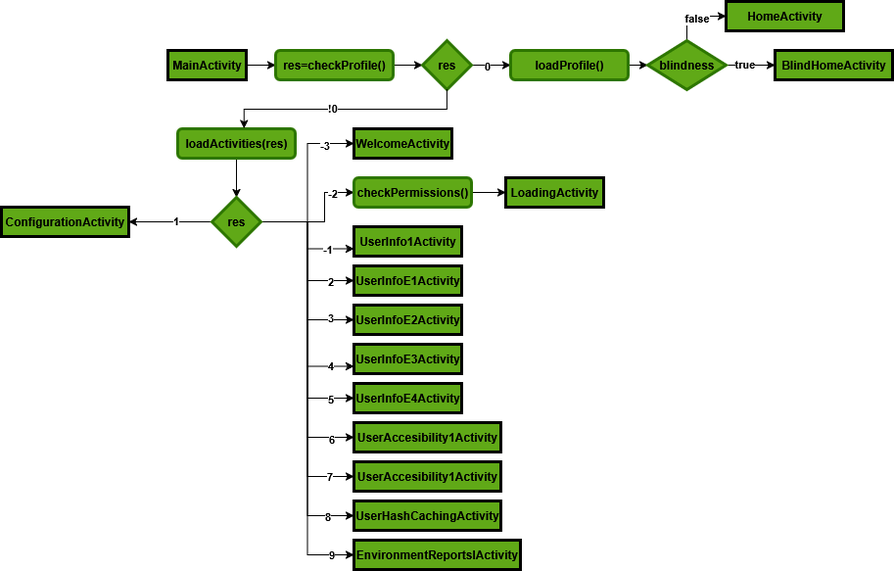
This is ui_design/usecase_diagram/main.png from Edward326/PersonalProjects, a draw.io export, as it was before one commit. Source tidied: cells renumbered, new cells last; positions are measured from the earlier drawing's top-left corner, leaving out a move shared by most shapes.
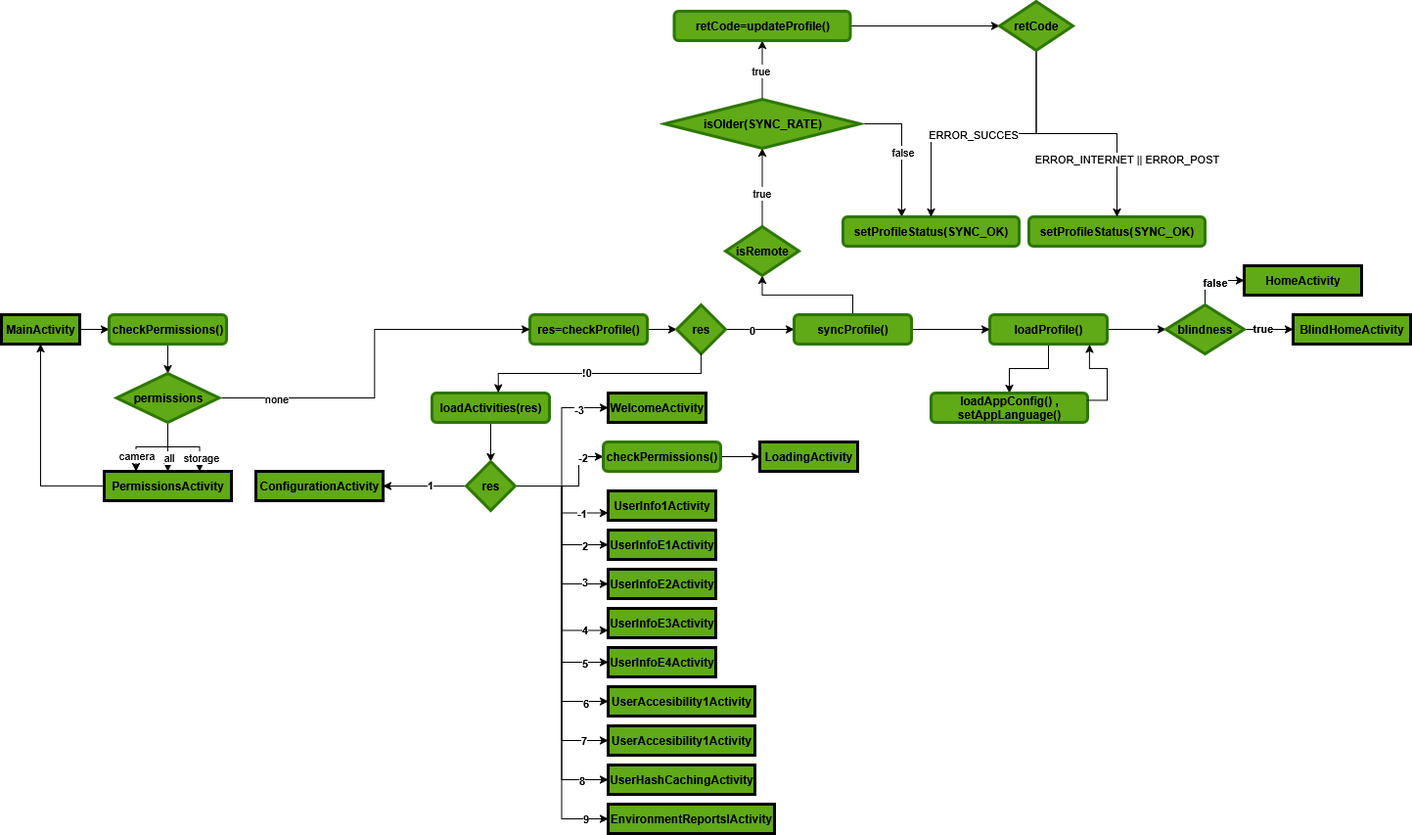
The same diagram one commit later.

The edit, as a diff of the source:
```diff
@@ -2,11 +2,11 @@
   <root>
     <mxCell id="0" />
     <mxCell id="1" parent="0" />
-    <mxCell id="2" style="edgeStyle=orthogonalEdgeStyle;rounded=0;jettySize=auto;html=1;exitX=1;exitY=0.5;exitDx=0;exitDy=0;entryX=0;entryY=0.5;entryDx=0;entryDy=0;fontStyle=1;fontColor=light-dark(#000000,#FFFFFF);" parent="1" edge="1" source="3" target="5">
-      <mxGeometry relative="1" as="geometry" />
-    </mxCell>
+    <mxCell id="62" style="edgeStyle=orthogonalEdgeStyle;rounded=0;jettySize=auto;html=1;" parent="1" edge="1" source="3" target="69">
+      <mxGeometry relative="1" as="geometry" />
+    </mxCell>
     <mxCell id="3" value="&lt;span style=&quot;&quot;&gt;&lt;span&gt;MainActivity&lt;/span&gt;&lt;/span&gt;" style="rounded=0;whiteSpace=wrap;html=1;fillColor=#60a917;fontColor=light-dark(#000000,#FFFFFF);strokeColor=light-dark(#000000,#000000);fillStyle=solid;gradientColor=none;strokeWidth=3;fontStyle=1;" parent="1" vertex="1">
-      <mxGeometry x="170" y="50" width="80" height="30" as="geometry" />
+      <mxGeometry x="-260" y="50" width="80" height="30" as="geometry" />
     </mxCell>
     <mxCell id="4" style="edgeStyle=orthogonalEdgeStyle;rounded=0;jettySize=auto;html=1;fontStyle=1;fontColor=light-dark(#000000,#FFFFFF);" parent="1" edge="1" source="5" target="8">
       <mxGeometry relative="1" as="geometry" />
@@ -14,20 +14,23 @@
     <mxCell id="5" value="&lt;span style=&quot;&quot;&gt;&lt;span&gt;res=checkProfile()&lt;br&gt;&lt;/span&gt;&lt;/span&gt;" style="rounded=1;whiteSpace=wrap;html=1;fillColor=#60a917;fontColor=light-dark(#000000,#FFFFFF);strokeColor=light-dark(#2D7600,#000000);strokeWidth=3;fontStyle=1;" parent="1" vertex="1">
       <mxGeometry x="280" y="50" width="120" height="30" as="geometry" />
     </mxCell>
-    <mxCell id="6" style="edgeStyle=orthogonalEdgeStyle;rounded=0;jettySize=auto;html=1;exitX=1;exitY=0.5;exitDx=0;exitDy=0;entryX=0;entryY=0.5;entryDx=0;entryDy=0;fontStyle=1;fontColor=light-dark(#000000,#FFFFFF);" parent="1" edge="1" source="8" target="10">
-      <mxGeometry relative="1" as="geometry" />
-    </mxCell>
+    <mxCell id="63" style="edgeStyle=orthogonalEdgeStyle;rounded=0;jettySize=auto;html=1;exitX=1;exitY=0.5;exitDx=0;exitDy=0;fontStyle=1;fontColor=light-dark(#000000,#FFFFFF);entryX=0;entryY=0.5;entryDx=0;entryDy=0;" parent="1" edge="1" source="8" target="83">
+      <mxGeometry relative="1" as="geometry" />
+    </mxCell>
-    <mxCell id="7" value="0" style="edgeLabel;html=1;align=center;verticalAlign=middle;fontStyle=1;fontColor=light-dark(#000000,#FFFFFF);" parent="6" vertex="1">
+    <mxCell id="7" value="0" style="edgeLabel;html=1;align=center;verticalAlign=middle;fontStyle=1;fontColor=light-dark(#000000,#FFFFFF);" parent="63" vertex="1">
       <mxGeometry x="-0.25" relative="1" as="geometry" />
     </mxCell>
     <mxCell id="8" value="&lt;span style=&quot;&quot;&gt;&lt;span&gt;res&lt;/span&gt;&lt;/span&gt;" style="rhombus;whiteSpace=wrap;html=1;fillColor=#60a917;fontColor=light-dark(#000000,#FFFFFF);strokeColor=light-dark(#2D7600,#000000);strokeWidth=3;fontStyle=1;" parent="1" vertex="1">
       <mxGeometry x="430" y="40" width="50" height="50" as="geometry" />
     </mxCell>
-    <mxCell id="9" style="edgeStyle=orthogonalEdgeStyle;rounded=0;jettySize=auto;html=1;fontStyle=1;fontColor=light-dark(#000000,#FFFFFF);" parent="1" edge="1" source="10" target="15">
+    <mxCell id="9" style="edgeStyle=orthogonalEdgeStyle;rounded=0;jettySize=auto;html=1;" parent="1" edge="1" source="10" target="15">
       <mxGeometry relative="1" as="geometry" />
     </mxCell>
+    <mxCell id="64" style="edgeStyle=orthogonalEdgeStyle;rounded=0;jettySize=auto;html=1;" parent="1" edge="1" source="10" target="101">
+      <mxGeometry relative="1" as="geometry" />
+    </mxCell>
     <mxCell id="10" value="&lt;span style=&quot;&quot;&gt;&lt;span&gt;loadProfile()&lt;/span&gt;&lt;/span&gt;" style="rounded=1;whiteSpace=wrap;html=1;fillColor=#60a917;fontColor=light-dark(#000000,#FFFFFF);strokeColor=light-dark(#2D7600,#000000);strokeWidth=3;fontStyle=1;" parent="1" vertex="1">
-      <mxGeometry x="520" y="50" width="120" height="30" as="geometry" />
+      <mxGeometry x="750" y="50" width="120" height="30" as="geometry" />
     </mxCell>
     <mxCell id="11" style="edgeStyle=orthogonalEdgeStyle;rounded=0;jettySize=auto;html=1;entryX=0;entryY=0.5;entryDx=0;entryDy=0;fontStyle=1;fontColor=light-dark(#000000,#FFFFFF);" parent="1" edge="1" source="15" target="16">
       <mxGeometry relative="1" as="geometry" />
@@ -42,13 +45,13 @@
       <mxGeometry x="-0.28" y="2" relative="1" as="geometry" />
     </mxCell>
     <mxCell id="15" value="&lt;span style=&quot;&quot;&gt;&lt;span&gt;blindness&lt;/span&gt;&lt;/span&gt;" style="rhombus;whiteSpace=wrap;html=1;fillColor=#60a917;fontColor=light-dark(#000000,#FFFFFF);strokeColor=light-dark(#2D7600,#000000);strokeWidth=3;fontStyle=1;" parent="1" vertex="1">
-      <mxGeometry x="660" y="40" width="80" height="50" as="geometry" />
+      <mxGeometry x="930" y="40" width="80" height="50" as="geometry" />
     </mxCell>
     <mxCell id="16" value="&lt;span style=&quot;&quot;&gt;&lt;span&gt;HomeActivity&lt;/span&gt;&lt;/span&gt;" style="rounded=0;whiteSpace=wrap;html=1;fillColor=#60a917;fontColor=light-dark(#000000,#FFFFFF);strokeColor=light-dark(#000000,#000000);fillStyle=solid;gradientColor=none;strokeWidth=3;fontStyle=1;" parent="1" vertex="1">
-      <mxGeometry x="740" width="120" height="30" as="geometry" />
+      <mxGeometry x="1010" width="120" height="30" as="geometry" />
     </mxCell>
     <mxCell id="17" value="&lt;span style=&quot;&quot;&gt;BlindHomeActivity&lt;/span&gt;" style="rounded=0;whiteSpace=wrap;html=1;fillColor=#60a917;fontColor=light-dark(#000000,#FFFFFF);strokeColor=light-dark(#000000,#000000);fillStyle=solid;gradientColor=none;strokeWidth=3;fontStyle=1;" parent="1" vertex="1">
-      <mxGeometry x="790" y="50" width="120" height="30" as="geometry" />
+      <mxGeometry x="1060" y="50" width="120" height="30" as="geometry" />
     </mxCell>
     <mxCell id="18" style="edgeStyle=orthogonalEdgeStyle;rounded=0;jettySize=auto;html=1;fontStyle=1;fontColor=light-dark(#000000,#FFFFFF);" parent="1" edge="1" source="19" target="46">
       <mxGeometry relative="1" as="geometry" />
@@ -74,15 +77,15 @@
     <mxCell id="25" value="-3" style="edgeLabel;html=1;align=center;verticalAlign=middle;fontStyle=1;fontColor=light-dark(#000000,#FFFFFF);" parent="24" vertex="1">
       <mxGeometry x="0.64" y="-1" relative="1" as="geometry" />
     </mxCell>
-    <mxCell id="26" style="edgeStyle=orthogonalEdgeStyle;rounded=0;jettySize=auto;html=1;entryX=0;entryY=0.5;entryDx=0;entryDy=0;fontStyle=1;fontColor=light-dark(#000000,#FFFFFF);" parent="1" edge="1" source="46" target="49">
-      <mxGeometry relative="1" as="geometry">
-        <Array as="points">
-          <mxPoint x="330" y="225" />
-          <mxPoint x="330" y="195" />
-        </Array>
-      </mxGeometry>
-    </mxCell>
+    <mxCell id="65" style="edgeStyle=orthogonalEdgeStyle;rounded=0;jettySize=auto;html=1;entryX=0;entryY=0.5;entryDx=0;entryDy=0;fontStyle=1;fontColor=light-dark(#000000,#FFFFFF);" parent="1" edge="1" source="46" target="67">
+      <mxGeometry relative="1" as="geometry">
+        <Array as="points">
+          <mxPoint x="330" y="225" />
+          <mxPoint x="330" y="195" />
+        </Array>
+      </mxGeometry>
+    </mxCell>
-    <mxCell id="27" value="-2" style="edgeLabel;html=1;align=center;verticalAlign=middle;fontStyle=1;fontColor=light-dark(#000000,#FFFFFF);" parent="26" vertex="1">
+    <mxCell id="27" value="-2" style="edgeLabel;html=1;align=center;verticalAlign=middle;fontStyle=1;fontColor=light-dark(#000000,#FFFFFF);" parent="65" vertex="1">
       <mxGeometry x="0.64" relative="1" as="geometry" />
     </mxCell>
     <mxCell id="28" style="edgeStyle=orthogonalEdgeStyle;rounded=0;jettySize=auto;html=1;entryX=0;entryY=0.75;entryDx=0;entryDy=0;fontStyle=1;fontColor=light-dark(#000000,#FFFFFF);" parent="1" edge="1" source="46" target="51">
@@ -147,12 +150,12 @@
     <mxCell id="47" value="&lt;span style=&quot;&quot;&gt;&lt;span&gt;WelcomeActivity&lt;/span&gt;&lt;/span&gt;" style="rounded=0;whiteSpace=wrap;html=1;fillColor=#60a917;fontColor=light-dark(#000000,#FFFFFF);strokeColor=light-dark(#000000,#000000);fillStyle=solid;gradientColor=none;strokeWidth=3;fontStyle=1;" parent="1" vertex="1">
       <mxGeometry x="360" y="130" width="100" height="30" as="geometry" />
     </mxCell>
-    <mxCell id="48" style="edgeStyle=orthogonalEdgeStyle;rounded=0;jettySize=auto;html=1;fontStyle=1;fontColor=light-dark(#000000,#FFFFFF);" parent="1" edge="1" source="49" target="50">
-      <mxGeometry relative="1" as="geometry" />
-    </mxCell>
-    <mxCell id="49" value="&lt;span style=&quot;&quot;&gt;checkPermissions()&lt;/span&gt;" style="rounded=1;whiteSpace=wrap;html=1;fillColor=#60a917;fontColor=light-dark(#000000,#FFFFFF);strokeColor=light-dark(#2D7600,#000000);strokeWidth=3;fontStyle=1;" parent="1" vertex="1">
-      <mxGeometry x="360" y="180" width="120" height="30" as="geometry" />
-    </mxCell>
+    <mxCell id="66" style="edgeStyle=orthogonalEdgeStyle;rounded=0;jettySize=auto;html=1;fontStyle=1;fontColor=light-dark(#000000,#FFFFFF);" parent="1" edge="1" source="67" target="50">
+      <mxGeometry relative="1" as="geometry" />
+    </mxCell>
+    <mxCell id="67" value="&lt;span style=&quot;&quot;&gt;checkPermissions()&lt;/span&gt;" style="rounded=1;whiteSpace=wrap;html=1;fillColor=#60a917;fontColor=light-dark(#000000,#FFFFFF);strokeColor=light-dark(#2D7600,#000000);strokeWidth=3;fontStyle=1;" parent="1" vertex="1">
+      <mxGeometry x="355" y="180" width="120" height="30" as="geometry" />
+    </mxCell>
     <mxCell id="50" value="&lt;span style=&quot;&quot;&gt;&lt;span&gt;LoadingActivity&lt;/span&gt;&lt;/span&gt;" style="rounded=0;whiteSpace=wrap;html=1;fillColor=#60a917;fontColor=light-dark(#000000,#FFFFFF);strokeColor=light-dark(#000000,#000000);fillStyle=solid;gradientColor=none;strokeWidth=3;fontStyle=1;" parent="1" vertex="1">
       <mxGeometry x="515" y="180" width="100" height="30" as="geometry" />
     </mxCell>
@@ -189,5 +192,118 @@
     <mxCell id="61" value="ConfigurationActivity" style="rounded=0;whiteSpace=wrap;html=1;fillColor=#60a917;fontColor=light-dark(#000000,#FFFFFF);strokeColor=light-dark(#000000,#000000);fillStyle=solid;gradientColor=none;strokeWidth=3;fontStyle=1;" parent="1" vertex="1">
       <mxGeometry y="210" width="130" height="30" as="geometry" />
     </mxCell>
+    <mxCell id="68" style="edgeStyle=orthogonalEdgeStyle;rounded=0;jettySize=auto;html=1;" parent="1" edge="1" source="69" target="78">
+      <mxGeometry relative="1" as="geometry" />
+    </mxCell>
+    <mxCell id="69" value="&lt;span style=&quot;&quot;&gt;checkPermissions()&lt;/span&gt;" style="rounded=1;whiteSpace=wrap;html=1;fillColor=#60a917;fontColor=light-dark(#000000,#FFFFFF);strokeColor=light-dark(#2D7600,#000000);strokeWidth=3;fontStyle=1;" parent="1" vertex="1">
+      <mxGeometry x="-150" y="50" width="120" height="30" as="geometry" />
+    </mxCell>
+    <mxCell id="70" style="edgeStyle=orthogonalEdgeStyle;rounded=0;jettySize=auto;html=1;" parent="1" edge="1" source="78" target="80">
+      <mxGeometry relative="1" as="geometry" />
+    </mxCell>
+    <mxCell id="71" value="all" style="edgeLabel;html=1;align=center;verticalAlign=middle;" parent="70" vertex="1">
+      <mxGeometry x="0.25" relative="1" as="geometry">
+        <mxPoint y="4" as="offset" />
+      </mxGeometry>
+    </mxCell>
+    <mxCell id="72" style="edgeStyle=orthogonalEdgeStyle;rounded=0;jettySize=auto;html=1;entryX=0.75;entryY=0;entryDx=0;entryDy=0;" parent="1" edge="1" source="78" target="80">
+      <mxGeometry relative="1" as="geometry" />
+    </mxCell>
+    <mxCell id="73" value="storage" style="edgeLabel;html=1;align=center;verticalAlign=middle;" parent="72" vertex="1">
+      <mxGeometry x="0.54" y="1" relative="1" as="geometry">
+        <mxPoint y="4" as="offset" />
+      </mxGeometry>
+    </mxCell>
+    <mxCell id="74" style="edgeStyle=orthogonalEdgeStyle;rounded=0;jettySize=auto;html=1;entryX=0.25;entryY=0;entryDx=0;entryDy=0;" parent="1" edge="1" source="78" target="80">
+      <mxGeometry relative="1" as="geometry" />
+    </mxCell>
+    <mxCell id="75" value="camera" style="edgeLabel;html=1;align=center;verticalAlign=middle;" parent="74" vertex="1">
+      <mxGeometry x="0.59" relative="1" as="geometry" />
+    </mxCell>
+    <mxCell id="76" style="edgeStyle=orthogonalEdgeStyle;rounded=0;jettySize=auto;html=1;entryX=0;entryY=0.5;entryDx=0;entryDy=0;" parent="1" edge="1" source="78" target="5">
+      <mxGeometry relative="1" as="geometry" />
+    </mxCell>
+    <mxCell id="77" value="none" style="edgeLabel;html=1;align=center;verticalAlign=middle;" parent="76" vertex="1">
+      <mxGeometry x="-0.7" relative="1" as="geometry" />
+    </mxCell>
+    <mxCell id="78" value="permissions" style="rhombus;whiteSpace=wrap;html=1;fillColor=#60a917;fontColor=light-dark(#000000,#FFFFFF);strokeColor=light-dark(#2D7600,#000000);strokeWidth=3;fontStyle=1;" parent="1" vertex="1">
+      <mxGeometry x="-142.5" y="110" width="105" height="50" as="geometry" />
+    </mxCell>
+    <mxCell id="79" style="edgeStyle=orthogonalEdgeStyle;rounded=0;jettySize=auto;html=1;entryX=0.5;entryY=1;entryDx=0;entryDy=0;" parent="1" edge="1" source="80" target="3">
+      <mxGeometry relative="1" as="geometry" />
+    </mxCell>
+    <mxCell id="80" value="PermissionsActivity" style="rounded=0;whiteSpace=wrap;html=1;fillColor=#60a917;fontColor=light-dark(#000000,#FFFFFF);strokeColor=light-dark(#000000,#000000);fillStyle=solid;gradientColor=none;strokeWidth=3;fontStyle=1;" parent="1" vertex="1">
+      <mxGeometry x="-155" y="210" width="130" height="30" as="geometry" />
+    </mxCell>
+    <mxCell id="81" style="edgeStyle=orthogonalEdgeStyle;rounded=0;jettySize=auto;html=1;entryX=0.5;entryY=1;entryDx=0;entryDy=0;" parent="1" edge="1" source="83" target="86">
+      <mxGeometry relative="1" as="geometry" />
+    </mxCell>
+    <mxCell id="82" style="edgeStyle=orthogonalEdgeStyle;rounded=0;jettySize=auto;html=1;entryX=0;entryY=0.5;entryDx=0;entryDy=0;" parent="1" edge="1" source="83" target="10">
+      <mxGeometry relative="1" as="geometry" />
+    </mxCell>
+    <mxCell id="83" value="syncProfile()" style="rounded=1;whiteSpace=wrap;html=1;fillColor=#60a917;fontColor=light-dark(#000000,#FFFFFF);strokeColor=light-dark(#2D7600,#000000);strokeWidth=3;fontStyle=1;" parent="1" vertex="1">
+      <mxGeometry x="550" y="50" width="120" height="30" as="geometry" />
+    </mxCell>
+    <mxCell id="84" style="edgeStyle=orthogonalEdgeStyle;rounded=0;jettySize=auto;html=1;" parent="1" edge="1" source="86" target="91">
+      <mxGeometry relative="1" as="geometry" />
+    </mxCell>
+    <mxCell id="85" value="true" style="edgeLabel;html=1;align=center;verticalAlign=middle;" parent="84" vertex="1">
+      <mxGeometry x="-0.13" y="1" relative="1" as="geometry" />
+    </mxCell>
+    <mxCell id="86" value="isRemote" style="rhombus;whiteSpace=wrap;html=1;fillColor=#60a917;fontColor=light-dark(#000000,#FFFFFF);strokeColor=light-dark(#2D7600,#000000);strokeWidth=3;fontStyle=1;" parent="1" vertex="1">
+      <mxGeometry x="480" y="-40" width="75" height="50" as="geometry" />
+    </mxCell>
+    <mxCell id="87" style="edgeStyle=orthogonalEdgeStyle;rounded=0;jettySize=auto;html=1;" parent="1" edge="1" source="91">
+      <mxGeometry relative="1" as="geometry">
+        <mxPoint x="660" y="-50" as="targetPoint" />
+      </mxGeometry>
+    </mxCell>
+    <mxCell id="88" value="false" style="edgeLabel;html=1;align=center;verticalAlign=middle;" parent="87" vertex="1">
+      <mxGeometry x="0.03" relative="1" as="geometry" />
+    </mxCell>
+    <mxCell id="89" style="edgeStyle=orthogonalEdgeStyle;rounded=0;jettySize=auto;html=1;" parent="1" edge="1" source="91" target="94">
+      <mxGeometry relative="1" as="geometry" />
+    </mxCell>
+    <mxCell id="90" value="true" style="edgeLabel;html=1;align=center;verticalAlign=middle;" parent="89" vertex="1">
+      <mxGeometry x="-0.01" y="2" relative="1" as="geometry" />
+    </mxCell>
+    <mxCell id="91" value="isOlder(SYNC_RATE)" style="rhombus;whiteSpace=wrap;html=1;fillColor=#60a917;fontColor=light-dark(#000000,#FFFFFF);strokeColor=light-dark(#2D7600,#000000);strokeWidth=3;fontStyle=1;" parent="1" vertex="1">
+      <mxGeometry x="417.5" y="-170" width="200" height="50" as="geometry" />
+    </mxCell>
+    <mxCell id="92" value="setProfileStatus(SYNC_OK)" style="rounded=1;whiteSpace=wrap;html=1;fillColor=#60a917;fontColor=light-dark(#000000,#FFFFFF);strokeColor=light-dark(#2D7600,#000000);strokeWidth=3;fontStyle=1;" parent="1" vertex="1">
+      <mxGeometry x="600" y="-50" width="180" height="30" as="geometry" />
+    </mxCell>
+    <mxCell id="93" style="edgeStyle=orthogonalEdgeStyle;rounded=0;jettySize=auto;html=1;" parent="1" edge="1" source="94" target="100">
+      <mxGeometry relative="1" as="geometry" />
+    </mxCell>
+    <mxCell id="94" value="retCode=updateProfile()" style="rounded=1;whiteSpace=wrap;html=1;fillColor=#60a917;fontColor=light-dark(#000000,#FFFFFF);strokeColor=light-dark(#2D7600,#000000);strokeWidth=3;fontStyle=1;" parent="1" vertex="1">
+      <mxGeometry x="427.5" y="-260" width="180" height="30" as="geometry" />
+    </mxCell>
+    <mxCell id="95" value="setProfileStatus(SYNC_OK)" style="rounded=1;whiteSpace=wrap;html=1;fillColor=#60a917;fontColor=light-dark(#000000,#FFFFFF);strokeColor=light-dark(#2D7600,#000000);strokeWidth=3;fontStyle=1;" parent="1" vertex="1">
+      <mxGeometry x="790" y="-50" width="180" height="30" as="geometry" />
+    </mxCell>
+    <mxCell id="96" style="edgeStyle=orthogonalEdgeStyle;rounded=0;jettySize=auto;html=1;" parent="1" edge="1" source="100" target="92">
+      <mxGeometry relative="1" as="geometry" />
+    </mxCell>
+    <mxCell id="97" value="ERROR_SUCCES" style="edgeLabel;html=1;align=center;verticalAlign=middle;" parent="96" vertex="1">
+      <mxGeometry x="0.08" relative="1" as="geometry" />
+    </mxCell>
+    <mxCell id="98" style="edgeStyle=orthogonalEdgeStyle;rounded=0;jettySize=auto;html=1;entryX=0.5;entryY=0;entryDx=0;entryDy=0;" parent="1" edge="1" source="100" target="95">
+      <mxGeometry relative="1" as="geometry" />
+    </mxCell>
+    <mxCell id="99" value="ERROR_INTERNET || ERROR_POST" style="edgeLabel;html=1;align=center;verticalAlign=middle;" parent="98" vertex="1">
+      <mxGeometry x="0.04" y="-3" relative="1" as="geometry">
+        <mxPoint x="46" y="22" as="offset" />
+      </mxGeometry>
+    </mxCell>
+    <mxCell id="100" value="retCode" style="rhombus;whiteSpace=wrap;html=1;fillColor=#60a917;fontColor=light-dark(#000000,#FFFFFF);strokeColor=light-dark(#2D7600,#000000);strokeWidth=3;fontStyle=1;" parent="1" vertex="1">
+      <mxGeometry x="760" y="-270" width="75" height="50" as="geometry" />
+    </mxCell>
+    <mxCell id="101" value="loadAppConfig() , setAppLanguage()" style="rounded=1;whiteSpace=wrap;html=1;fillColor=#60a917;fontColor=light-dark(#000000,#FFFFFF);strokeColor=light-dark(#2D7600,#000000);strokeWidth=3;fontStyle=1;" parent="1" vertex="1">
+      <mxGeometry x="690" y="130" width="160" height="30" as="geometry" />
+    </mxCell>
+    <mxCell id="102" style="edgeStyle=orthogonalEdgeStyle;rounded=0;jettySize=auto;html=1;entryX=0.849;entryY=1.014;entryDx=0;entryDy=0;entryPerimeter=0;exitX=1;exitY=0.25;exitDx=0;exitDy=0;" parent="1" edge="1" source="101" target="10">
+      <mxGeometry relative="1" as="geometry" />
+    </mxCell>
   </root>
 </mxGraphModel>
```
